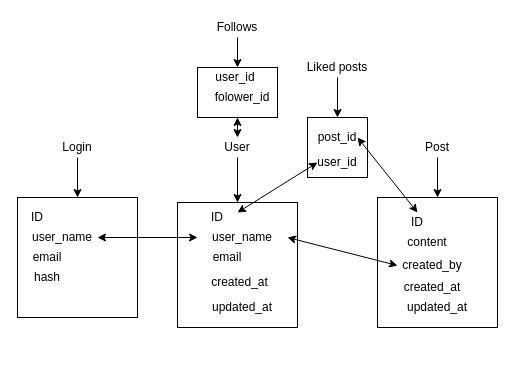
The draw.io diagram Untitled Diagram.drawio in skhv-a/tweeter-clone, before the edit. Source tidied: cells renumbered, new cells numbered last; positions are measured from the earlier drawing's top-left corner, leaving out a move shared by most shapes. Both pictures are drawn from the tidied source at 100%, with x=0, y=0 at pixel (17, 17).
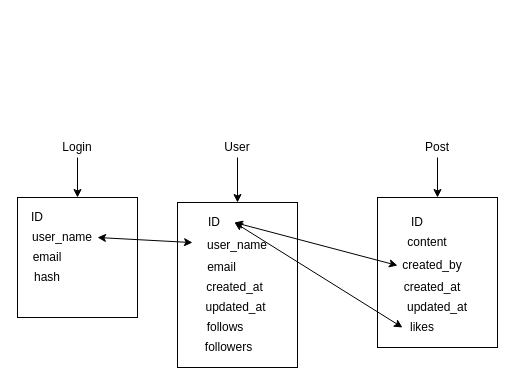
The same page after the edit.

The change refers to these unchanged cells:
```xml
<mxCell id="25" value="ID" style="text;html=1;strokeColor=none;fillColor=none;align=center;verticalAlign=middle;whiteSpace=wrap;rounded=0;" parent="1" vertex="1">
  <mxGeometry x="385" y="195" width="30" height="20" as="geometry" />
</mxCell>
```

The edit, as a diff of the source:
```diff
@@
-    <mxCell id="2" style="rounded=0;whiteSpace=wrap;html=1;" parent="1" vertex="1">
-      <mxGeometry x="180" y="50" width="80" height="50" as="geometry" />
-    </mxCell>
-    <mxCell id="3" style="rounded=0;whiteSpace=wrap;html=1;" parent="1" vertex="1">
-      <mxGeometry x="290" y="100" width="60" height="60" as="geometry" />
-    </mxCell>
@@
     <mxCell id="8" style="whiteSpace=wrap;html=1;" parent="1" vertex="1">
-      <mxGeometry x="160" y="185" width="120" height="125" as="geometry" />
+      <mxGeometry x="160" y="185" width="120" height="165" as="geometry" />
     </mxCell>
     <mxCell id="9" value="ID" style="text;html=1;strokeColor=none;fillColor=none;align=center;verticalAlign=middle;whiteSpace=wrap;rounded=0;" parent="1" vertex="1">
-      <mxGeometry x="180" y="190" width="40" height="20" as="geometry" />
+      <mxGeometry x="177" y="195" width="40" height="20" as="geometry" />
     </mxCell>
     <mxCell id="10" value="user_name" style="text;html=1;strokeColor=none;fillColor=none;align=center;verticalAlign=middle;whiteSpace=wrap;rounded=0;" parent="1" vertex="1">
-      <mxGeometry x="180" y="210" width="90" height="20" as="geometry" />
+      <mxGeometry x="175" y="217.5" width="90" height="20" as="geometry" />
     </mxCell>
@@
     <mxCell id="15" value="email" style="text;html=1;strokeColor=none;fillColor=none;align=center;verticalAlign=middle;whiteSpace=wrap;rounded=0;" parent="1" vertex="1">
-      <mxGeometry x="190" y="230" width="40" height="20" as="geometry" />
+      <mxGeometry x="177" y="240" width="55" height="20" as="geometry" />
     </mxCell>
@@
     <mxCell id="19" style="whiteSpace=wrap;html=1;" parent="1" vertex="1">
-      <mxGeometry x="360" y="180" width="120" height="130" as="geometry" />
+      <mxGeometry x="360" y="180" width="120" height="150" as="geometry" />
     </mxCell>
     <mxCell id="20" value="created_at" style="text;html=1;strokeColor=none;fillColor=none;align=center;verticalAlign=middle;whiteSpace=wrap;rounded=0;" parent="1" vertex="1">
-      <mxGeometry x="180" y="255" width="85" height="20" as="geometry" />
+      <mxGeometry x="175" y="260" width="85" height="20" as="geometry" />
     </mxCell>
     <mxCell id="21" value="updated_at" style="text;html=1;strokeColor=none;fillColor=none;align=center;verticalAlign=middle;whiteSpace=wrap;rounded=0;" parent="1" vertex="1">
-      <mxGeometry x="185" y="280" width="80" height="20" as="geometry" />
+      <mxGeometry x="180" y="280" width="77" height="20" as="geometry" />
     </mxCell>
@@
-    <mxCell id="23" style="edgeStyle=orthogonalEdgeStyle;rounded=0;jettySize=auto;html=1;entryX=0.5;entryY=0;entryDx=0;entryDy=0;" parent="1" edge="1" source="24" target="3">
-      <mxGeometry relative="1" as="geometry" />
-    </mxCell>
-    <mxCell id="24" value="Liked posts" style="text;html=1;strokeColor=none;fillColor=none;align=center;verticalAlign=middle;whiteSpace=wrap;rounded=0;" parent="1" vertex="1">
-      <mxGeometry x="275" y="40" width="90" height="20" as="geometry" />
-    </mxCell>
@@
-    <mxCell id="30" style="endArrow=classic;startArrow=classic;html=1;exitX=1;exitY=0.5;exitDx=0;exitDy=0;" parent="1" edge="1" source="10">
+    <mxCell id="30" style="endArrow=classic;startArrow=classic;html=1;exitX=1;exitY=0.5;exitDx=0;exitDy=0;" parent="1" edge="1" source="9">
       <mxGeometry relative="1" as="geometry">
         <mxPoint x="380" y="248" as="targetPoint" />
       </mxGeometry>
     </mxCell>
-    <mxCell id="31" value="post_id" style="text;html=1;strokeColor=none;fillColor=none;align=center;verticalAlign=middle;whiteSpace=wrap;rounded=0;" parent="1" vertex="1">
-      <mxGeometry x="300" y="110" width="40" height="20" as="geometry" />
-    </mxCell>
-    <mxCell id="32" value="user_id" style="text;html=1;strokeColor=none;fillColor=none;align=center;verticalAlign=middle;whiteSpace=wrap;rounded=0;" parent="1" vertex="1">
-      <mxGeometry x="300" y="135" width="40" height="20" as="geometry" />
-    </mxCell>
-    <mxCell id="33" style="endArrow=classic;startArrow=classic;html=1;exitX=0.5;exitY=0;exitDx=0;exitDy=0;entryX=1;entryY=0.5;entryDx=0;entryDy=0;" parent="1" edge="1" source="25" target="31">
-      <mxGeometry relative="1" as="geometry" />
-    </mxCell>
-    <mxCell id="34" style="endArrow=classic;startArrow=classic;html=1;entryX=0;entryY=0.5;entryDx=0;entryDy=0;exitX=1;exitY=0.25;exitDx=0;exitDy=0;" parent="1" edge="1" source="9" target="32">
-      <mxGeometry relative="1" as="geometry" />
-    </mxCell>
-    <mxCell id="35" style="edgeStyle=orthogonalEdgeStyle;rounded=0;jettySize=auto;html=1;exitX=0.5;exitY=1;exitDx=0;exitDy=0;" parent="1" edge="1" source="36" target="2">
-      <mxGeometry relative="1" as="geometry" />
-    </mxCell>
-    <mxCell id="36" value="Follows" style="text;html=1;strokeColor=none;fillColor=none;align=center;verticalAlign=middle;whiteSpace=wrap;rounded=0;" parent="1" vertex="1">
-      <mxGeometry x="180" width="80" height="20" as="geometry" />
-    </mxCell>
-    <mxCell id="37" value="folower_id" style="text;html=1;strokeColor=none;fillColor=none;align=center;verticalAlign=middle;whiteSpace=wrap;rounded=0;" parent="1" vertex="1">
-      <mxGeometry x="190" y="70" width="70" height="20" as="geometry" />
-    </mxCell>
-    <mxCell id="38" value="user_id" style="text;html=1;strokeColor=none;fillColor=none;align=center;verticalAlign=middle;whiteSpace=wrap;rounded=0;" parent="1" vertex="1">
-      <mxGeometry x="193" y="50" width="50" height="20" as="geometry" />
-    </mxCell>
-    <mxCell id="39" style="endArrow=classic;startArrow=classic;html=1;entryX=0.5;entryY=1;entryDx=0;entryDy=0;" parent="1" edge="1" target="2">
-      <mxGeometry relative="1" as="geometry">
-        <mxPoint x="220" y="120" as="sourcePoint" />
-      </mxGeometry>
-    </mxCell>
+    <mxCell id="40" value="follows" style="text;html=1;strokeColor=none;fillColor=none;align=center;verticalAlign=middle;whiteSpace=wrap;rounded=0;" parent="1" vertex="1">
+      <mxGeometry x="177" y="300" width="61.5" height="20" as="geometry" />
+    </mxCell>
+    <mxCell id="41" value="followers" style="text;html=1;strokeColor=none;fillColor=none;align=center;verticalAlign=middle;whiteSpace=wrap;rounded=0;" parent="1" vertex="1">
+      <mxGeometry x="175" y="320" width="73" height="20" as="geometry" />
+    </mxCell>
+    <mxCell id="42" value="likes" style="text;html=1;strokeColor=none;fillColor=none;align=center;verticalAlign=middle;whiteSpace=wrap;rounded=0;" parent="1" vertex="1">
+      <mxGeometry x="385" y="300" width="40" height="20" as="geometry" />
+    </mxCell>
+    <mxCell id="43" style="endArrow=classic;startArrow=classic;html=1;entryX=0;entryY=0.5;entryDx=0;entryDy=0;exitX=1;exitY=0.5;exitDx=0;exitDy=0;" parent="1" edge="1" source="9" target="42">
+      <mxGeometry relative="1" as="geometry" />
+    </mxCell>
```
